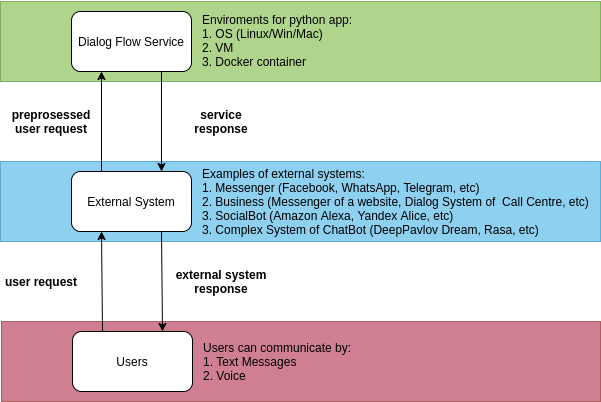
deeppavlovteam/dialog_flow_framework keeps this draw.io diagram as images/dff_integration.png. Above is the earlier version. Source tidied: cells renumbered, new cells last; positions are measured from the earlier drawing's top-left corner, leaving out a move shared by most shapes.
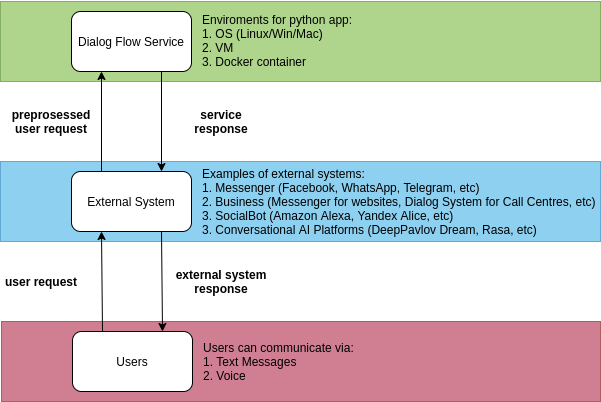
The same file after the commit.

Commit message:
main: upd of imgs

The edit, as a diff of the source:
```diff
@@ -47,10 +47,10 @@
     <mxCell id="16" value="&lt;span&gt;Enviroments for python app:&lt;br&gt;1. OS (Linux/Win/Mac)&lt;/span&gt;&lt;br&gt;&lt;span&gt;2.&amp;nbsp;&lt;/span&gt;&lt;span&gt;VM&lt;/span&gt;&lt;br&gt;&lt;span&gt;3.&amp;nbsp;&lt;/span&gt;&lt;span&gt;Docker container&amp;nbsp;&lt;/span&gt;" style="text;html=1;strokeColor=none;fillColor=none;align=left;verticalAlign=middle;whiteSpace=wrap;rounded=0;opacity=50;" parent="1" vertex="1">
       <mxGeometry x="200" width="400" height="80" as="geometry" />
     </mxCell>
-    <mxCell id="17" value="&lt;span&gt;Examples of external systems:&lt;br&gt;1. Messenger (Facebook, WhatsApp, Telegram, etc)&lt;/span&gt;&lt;br&gt;&lt;span&gt;2.&amp;nbsp;&lt;/span&gt;Business (Messenger of a website, Dialog System of&amp;nbsp; Call Centre, etc)&lt;br&gt;3. SocialBot (Amazon Alexa, Yandex Alice, etc)&lt;br&gt;3. Complex System of ChatBot (DeepPavlov Dream, Rasa, etc)" style="text;html=1;strokeColor=none;fillColor=none;align=left;verticalAlign=middle;whiteSpace=wrap;rounded=0;opacity=50;" parent="1" vertex="1">
+    <mxCell id="17" value="&lt;span&gt;Examples of external systems:&lt;br&gt;1. Messenger (Facebook, WhatsApp, Telegram, etc)&lt;/span&gt;&lt;br&gt;&lt;span&gt;2.&amp;nbsp;&lt;/span&gt;Business (Messenger for websites, Dialog System for Call Centres, etc)&lt;br&gt;3. SocialBot (Amazon Alexa, Yandex Alice, etc)&lt;br&gt;3. Conversational AI Platforms (DeepPavlov Dream, Rasa, etc)" style="text;html=1;strokeColor=none;fillColor=none;align=left;verticalAlign=middle;whiteSpace=wrap;rounded=0;opacity=50;" parent="1" vertex="1">
       <mxGeometry x="200" y="161" width="400" height="80" as="geometry" />
     </mxCell>
-    <mxCell id="18" value="&lt;span&gt;Users can communicate by:&lt;br&gt;1. Text Messages&lt;/span&gt;&lt;br&gt;&lt;span&gt;2.&amp;nbsp;&lt;/span&gt;Voice" style="text;html=1;strokeColor=none;fillColor=none;align=left;verticalAlign=middle;whiteSpace=wrap;rounded=0;opacity=50;" parent="1" vertex="1">
+    <mxCell id="18" value="&lt;span&gt;Users can communicate via:&lt;br&gt;1. Text Messages&lt;/span&gt;&lt;br&gt;&lt;span&gt;2.&amp;nbsp;&lt;/span&gt;Voice" style="text;html=1;strokeColor=none;fillColor=none;align=left;verticalAlign=middle;whiteSpace=wrap;rounded=0;opacity=50;" parent="1" vertex="1">
       <mxGeometry x="201" y="321" width="399" height="80" as="geometry" />
     </mxCell>
   </root>
```
